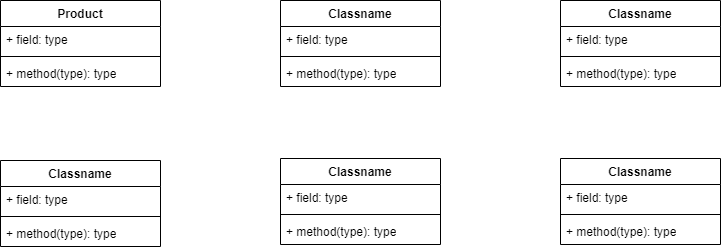
Earlier version of the draw.io export Stage3/DatabaseDesignDiagram.drawio.png (hoduy511/Website-Bat-Dong-San). Source tidied: cells renumbered, new cells last; positions are measured from the earlier drawing's top-left corner, leaving out a move shared by most shapes.
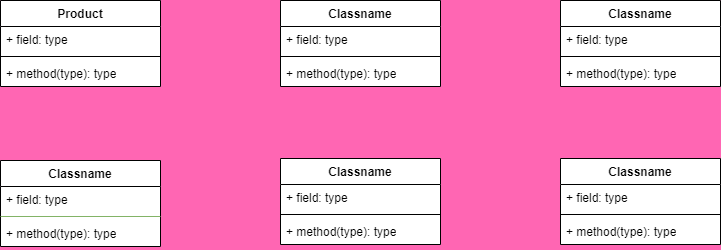
Later version of the same file.

Diff of the diagram source:
```diff
@@ -1,77 +1,77 @@
-<mxGraphModel>
+<mxGraphModel background="#FF66B3">
   <root>
     <mxCell id="0" />
     <mxCell id="1" parent="0" />
-    <mxCell id="2" value="Product" style="swimlane;fontStyle=1;align=center;verticalAlign=top;horizontal=1;startSize=26;whiteSpace=wrap;html=1;" parent="1" vertex="1">
+    <mxCell id="2" value="Product" style="swimlane;fontStyle=1;align=center;verticalAlign=top;horizontal=1;startSize=26;whiteSpace=wrap;html=1;swimlaneFillColor=default;" parent="1" vertex="1">
       <mxGeometry width="160" height="86" as="geometry" />
     </mxCell>
-    <mxCell id="3" value="+ field: type" style="text;strokeColor=none;fillColor=none;align=left;verticalAlign=top;spacingLeft=4;spacingRight=4;overflow=hidden;whiteSpace=wrap;html=1;" parent="2" vertex="1">
+    <mxCell id="3" value="+ field: type" style="text;strokeColor=none;fillColor=none;align=left;verticalAlign=top;spacingLeft=4;spacingRight=4;overflow=hidden;whiteSpace=wrap;html=1;swimlaneFillColor=default;" parent="2" vertex="1">
       <mxGeometry y="26" width="160" height="26" as="geometry" />
     </mxCell>
-    <mxCell id="4" style="line;strokeWidth=1;fillColor=none;align=left;verticalAlign=middle;spacingTop=-1;spacingLeft=3;spacingRight=3;labelPosition=right;strokeColor=inherit;" parent="2" vertex="1">
+    <mxCell id="4" style="line;strokeWidth=1;fillColor=none;align=left;verticalAlign=middle;spacingTop=-1;spacingLeft=3;spacingRight=3;labelPosition=right;strokeColor=inherit;swimlaneFillColor=default;" parent="2" vertex="1">
       <mxGeometry y="52" width="160" height="8" as="geometry" />
     </mxCell>
-    <mxCell id="5" value="+ method(type): type" style="text;strokeColor=none;fillColor=none;align=left;verticalAlign=top;spacingLeft=4;spacingRight=4;overflow=hidden;whiteSpace=wrap;html=1;" parent="2" vertex="1">
+    <mxCell id="5" value="+ method(type): type" style="text;strokeColor=none;fillColor=none;align=left;verticalAlign=top;spacingLeft=4;spacingRight=4;overflow=hidden;whiteSpace=wrap;html=1;swimlaneFillColor=default;" parent="2" vertex="1">
       <mxGeometry y="60" width="160" height="26" as="geometry" />
     </mxCell>
-    <mxCell id="6" value="Classname" style="swimlane;fontStyle=1;align=center;verticalAlign=top;horizontal=1;startSize=26;whiteSpace=wrap;html=1;" parent="1" vertex="1">
+    <mxCell id="6" value="Classname" style="swimlane;fontStyle=1;align=center;verticalAlign=top;horizontal=1;startSize=26;whiteSpace=wrap;html=1;swimlaneFillColor=default;" parent="1" vertex="1">
       <mxGeometry x="280" width="160" height="86" as="geometry" />
     </mxCell>
-    <mxCell id="7" value="+ field: type" style="text;strokeColor=none;fillColor=none;align=left;verticalAlign=top;spacingLeft=4;spacingRight=4;overflow=hidden;whiteSpace=wrap;html=1;" parent="6" vertex="1">
+    <mxCell id="7" value="+ field: type" style="text;strokeColor=none;fillColor=none;align=left;verticalAlign=top;spacingLeft=4;spacingRight=4;overflow=hidden;whiteSpace=wrap;html=1;swimlaneFillColor=default;" parent="6" vertex="1">
       <mxGeometry y="26" width="160" height="26" as="geometry" />
     </mxCell>
-    <mxCell id="8" style="line;strokeWidth=1;fillColor=none;align=left;verticalAlign=middle;spacingTop=-1;spacingLeft=3;spacingRight=3;labelPosition=right;strokeColor=inherit;" parent="6" vertex="1">
+    <mxCell id="8" style="line;strokeWidth=1;fillColor=none;align=left;verticalAlign=middle;spacingTop=-1;spacingLeft=3;spacingRight=3;labelPosition=right;strokeColor=inherit;swimlaneFillColor=default;" parent="6" vertex="1">
       <mxGeometry y="52" width="160" height="8" as="geometry" />
     </mxCell>
-    <mxCell id="9" value="+ method(type): type" style="text;strokeColor=none;fillColor=none;align=left;verticalAlign=top;spacingLeft=4;spacingRight=4;overflow=hidden;whiteSpace=wrap;html=1;" parent="6" vertex="1">
+    <mxCell id="9" value="+ method(type): type" style="text;strokeColor=none;fillColor=none;align=left;verticalAlign=top;spacingLeft=4;spacingRight=4;overflow=hidden;whiteSpace=wrap;html=1;swimlaneFillColor=default;" parent="6" vertex="1">
       <mxGeometry y="60" width="160" height="26" as="geometry" />
     </mxCell>
-    <mxCell id="10" value="Classname" style="swimlane;fontStyle=1;align=center;verticalAlign=top;horizontal=1;startSize=26;whiteSpace=wrap;html=1;" parent="1" vertex="1">
+    <mxCell id="10" value="Classname" style="swimlane;fontStyle=1;align=center;verticalAlign=top;horizontal=1;startSize=26;whiteSpace=wrap;html=1;swimlaneFillColor=default;" parent="1" vertex="1">
       <mxGeometry x="560" width="160" height="86" as="geometry" />
     </mxCell>
-    <mxCell id="11" value="+ field: type" style="text;strokeColor=none;fillColor=none;align=left;verticalAlign=top;spacingLeft=4;spacingRight=4;overflow=hidden;whiteSpace=wrap;html=1;" parent="10" vertex="1">
+    <mxCell id="11" value="+ field: type" style="text;strokeColor=none;fillColor=none;align=left;verticalAlign=top;spacingLeft=4;spacingRight=4;overflow=hidden;whiteSpace=wrap;html=1;swimlaneFillColor=default;" parent="10" vertex="1">
       <mxGeometry y="26" width="160" height="26" as="geometry" />
     </mxCell>
-    <mxCell id="12" style="line;strokeWidth=1;fillColor=none;align=left;verticalAlign=middle;spacingTop=-1;spacingLeft=3;spacingRight=3;labelPosition=right;strokeColor=inherit;" parent="10" vertex="1">
+    <mxCell id="12" style="line;strokeWidth=1;fillColor=none;align=left;verticalAlign=middle;spacingTop=-1;spacingLeft=3;spacingRight=3;labelPosition=right;strokeColor=inherit;swimlaneFillColor=default;" parent="10" vertex="1">
       <mxGeometry y="52" width="160" height="8" as="geometry" />
     </mxCell>
-    <mxCell id="13" value="+ method(type): type" style="text;strokeColor=none;fillColor=none;align=left;verticalAlign=top;spacingLeft=4;spacingRight=4;overflow=hidden;whiteSpace=wrap;html=1;" parent="10" vertex="1">
+    <mxCell id="13" value="+ method(type): type" style="text;strokeColor=none;fillColor=none;align=left;verticalAlign=top;spacingLeft=4;spacingRight=4;overflow=hidden;whiteSpace=wrap;html=1;swimlaneFillColor=default;" parent="10" vertex="1">
       <mxGeometry y="60" width="160" height="26" as="geometry" />
     </mxCell>
-    <mxCell id="14" value="Classname" style="swimlane;fontStyle=1;align=center;verticalAlign=top;horizontal=1;startSize=26;whiteSpace=wrap;html=1;" parent="1" vertex="1">
+    <mxCell id="14" value="Classname" style="swimlane;fontStyle=1;align=center;verticalAlign=top;horizontal=1;startSize=26;whiteSpace=wrap;html=1;swimlaneFillColor=default;" parent="1" vertex="1">
       <mxGeometry y="160" width="160" height="86" as="geometry" />
     </mxCell>
-    <mxCell id="15" value="+ field: type" style="text;strokeColor=none;fillColor=none;align=left;verticalAlign=top;spacingLeft=4;spacingRight=4;overflow=hidden;whiteSpace=wrap;html=1;" parent="14" vertex="1">
+    <mxCell id="15" value="+ field: type" style="text;strokeColor=none;fillColor=none;align=left;verticalAlign=top;spacingLeft=4;spacingRight=4;overflow=hidden;whiteSpace=wrap;html=1;swimlaneFillColor=default;" parent="14" vertex="1">
       <mxGeometry y="26" width="160" height="26" as="geometry" />
     </mxCell>
-    <mxCell id="16" style="line;strokeWidth=1;fillColor=none;align=left;verticalAlign=middle;spacingTop=-1;spacingLeft=3;spacingRight=3;labelPosition=right;strokeColor=inherit;" parent="14" vertex="1">
+    <mxCell id="16" style="line;strokeWidth=1;fillColor=#d5e8d4;align=left;verticalAlign=middle;spacingTop=-1;spacingLeft=3;spacingRight=3;labelPosition=right;strokeColor=#82b366;swimlaneFillColor=default;" parent="14" vertex="1">
       <mxGeometry y="52" width="160" height="8" as="geometry" />
     </mxCell>
-    <mxCell id="17" value="+ method(type): type" style="text;strokeColor=none;fillColor=none;align=left;verticalAlign=top;spacingLeft=4;spacingRight=4;overflow=hidden;whiteSpace=wrap;html=1;" parent="14" vertex="1">
+    <mxCell id="17" value="+ method(type): type" style="text;strokeColor=none;fillColor=none;align=left;verticalAlign=top;spacingLeft=4;spacingRight=4;overflow=hidden;whiteSpace=wrap;html=1;swimlaneFillColor=default;" parent="14" vertex="1">
       <mxGeometry y="60" width="160" height="26" as="geometry" />
     </mxCell>
-    <mxCell id="18" value="Classname" style="swimlane;fontStyle=1;align=center;verticalAlign=top;horizontal=1;startSize=26;whiteSpace=wrap;html=1;" parent="1" vertex="1">
+    <mxCell id="18" value="Classname" style="swimlane;fontStyle=1;align=center;verticalAlign=top;horizontal=1;startSize=26;whiteSpace=wrap;html=1;swimlaneFillColor=default;" parent="1" vertex="1">
       <mxGeometry x="280" y="158" width="160" height="86" as="geometry" />
     </mxCell>
-    <mxCell id="19" value="+ field: type" style="text;strokeColor=none;fillColor=none;align=left;verticalAlign=top;spacingLeft=4;spacingRight=4;overflow=hidden;whiteSpace=wrap;html=1;" parent="18" vertex="1">
+    <mxCell id="19" value="+ field: type" style="text;strokeColor=none;fillColor=none;align=left;verticalAlign=top;spacingLeft=4;spacingRight=4;overflow=hidden;whiteSpace=wrap;html=1;swimlaneFillColor=default;" parent="18" vertex="1">
       <mxGeometry y="26" width="160" height="26" as="geometry" />
     </mxCell>
-    <mxCell id="20" style="line;strokeWidth=1;fillColor=none;align=left;verticalAlign=middle;spacingTop=-1;spacingLeft=3;spacingRight=3;labelPosition=right;strokeColor=inherit;" parent="18" vertex="1">
+    <mxCell id="20" style="line;strokeWidth=1;fillColor=none;align=left;verticalAlign=middle;spacingTop=-1;spacingLeft=3;spacingRight=3;labelPosition=right;strokeColor=inherit;swimlaneFillColor=default;" parent="18" vertex="1">
       <mxGeometry y="52" width="160" height="8" as="geometry" />
     </mxCell>
-    <mxCell id="21" value="+ method(type): type" style="text;strokeColor=none;fillColor=none;align=left;verticalAlign=top;spacingLeft=4;spacingRight=4;overflow=hidden;whiteSpace=wrap;html=1;" parent="18" vertex="1">
+    <mxCell id="21" value="+ method(type): type" style="text;strokeColor=none;fillColor=none;align=left;verticalAlign=top;spacingLeft=4;spacingRight=4;overflow=hidden;whiteSpace=wrap;html=1;swimlaneFillColor=default;" parent="18" vertex="1">
       <mxGeometry y="60" width="160" height="26" as="geometry" />
     </mxCell>
-    <mxCell id="22" value="Classname" style="swimlane;fontStyle=1;align=center;verticalAlign=top;horizontal=1;startSize=26;whiteSpace=wrap;html=1;" parent="1" vertex="1">
+    <mxCell id="22" value="Classname" style="swimlane;fontStyle=1;align=center;verticalAlign=top;horizontal=1;startSize=26;whiteSpace=wrap;html=1;swimlaneFillColor=default;" parent="1" vertex="1">
       <mxGeometry x="560" y="158" width="160" height="86" as="geometry" />
     </mxCell>
-    <mxCell id="23" value="+ field: type" style="text;strokeColor=none;fillColor=none;align=left;verticalAlign=top;spacingLeft=4;spacingRight=4;overflow=hidden;whiteSpace=wrap;html=1;" parent="22" vertex="1">
+    <mxCell id="23" value="+ field: type" style="text;strokeColor=none;fillColor=none;align=left;verticalAlign=top;spacingLeft=4;spacingRight=4;overflow=hidden;whiteSpace=wrap;html=1;swimlaneFillColor=default;" parent="22" vertex="1">
       <mxGeometry y="26" width="160" height="26" as="geometry" />
     </mxCell>
-    <mxCell id="24" style="line;strokeWidth=1;fillColor=none;align=left;verticalAlign=middle;spacingTop=-1;spacingLeft=3;spacingRight=3;labelPosition=right;strokeColor=inherit;" parent="22" vertex="1">
+    <mxCell id="24" style="line;strokeWidth=1;fillColor=none;align=left;verticalAlign=middle;spacingTop=-1;spacingLeft=3;spacingRight=3;labelPosition=right;strokeColor=inherit;swimlaneFillColor=default;" parent="22" vertex="1">
       <mxGeometry y="52" width="160" height="8" as="geometry" />
     </mxCell>
-    <mxCell id="25" value="+ method(type): type" style="text;strokeColor=none;fillColor=none;align=left;verticalAlign=top;spacingLeft=4;spacingRight=4;overflow=hidden;whiteSpace=wrap;html=1;" parent="22" vertex="1">
+    <mxCell id="25" value="+ method(type): type" style="text;strokeColor=none;fillColor=none;align=left;verticalAlign=top;spacingLeft=4;spacingRight=4;overflow=hidden;whiteSpace=wrap;html=1;swimlaneFillColor=default;" parent="22" vertex="1">
       <mxGeometry y="60" width="160" height="26" as="geometry" />
     </mxCell>
   </root>
```
